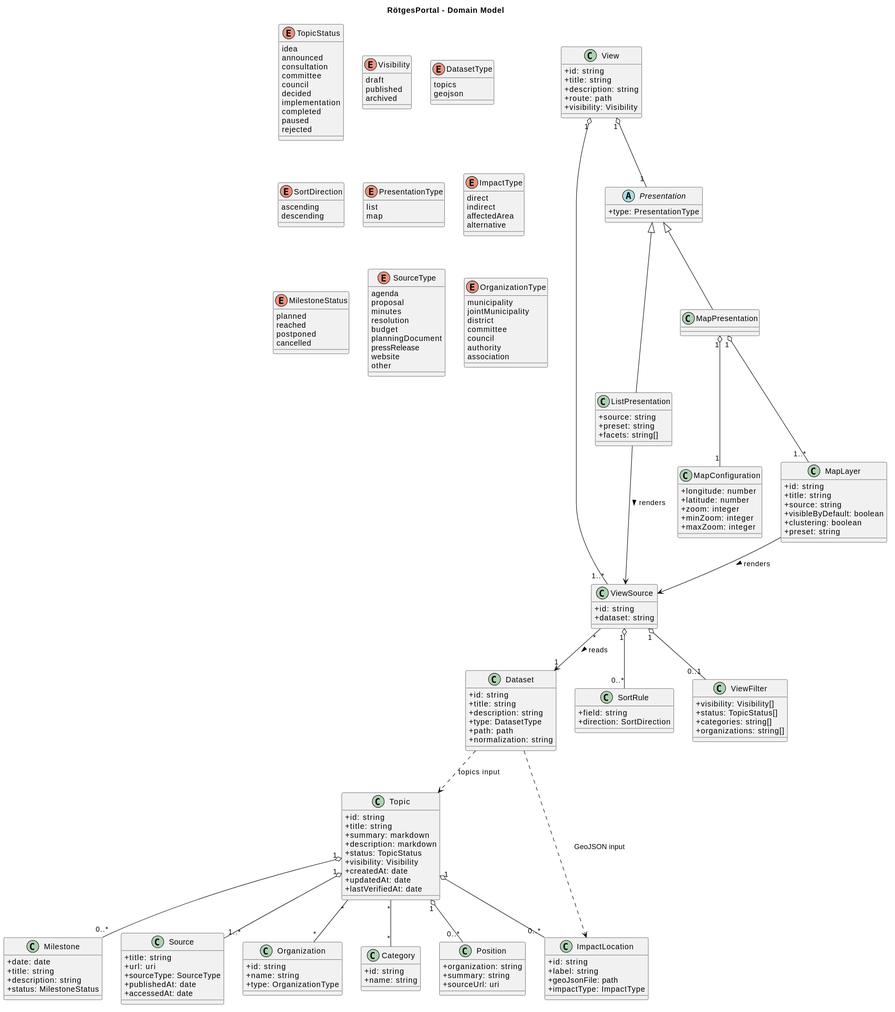
Above: docs/architecture/domain-model.svg in codeWithDEI/RoetgesPortal (PlantUML), before the change.
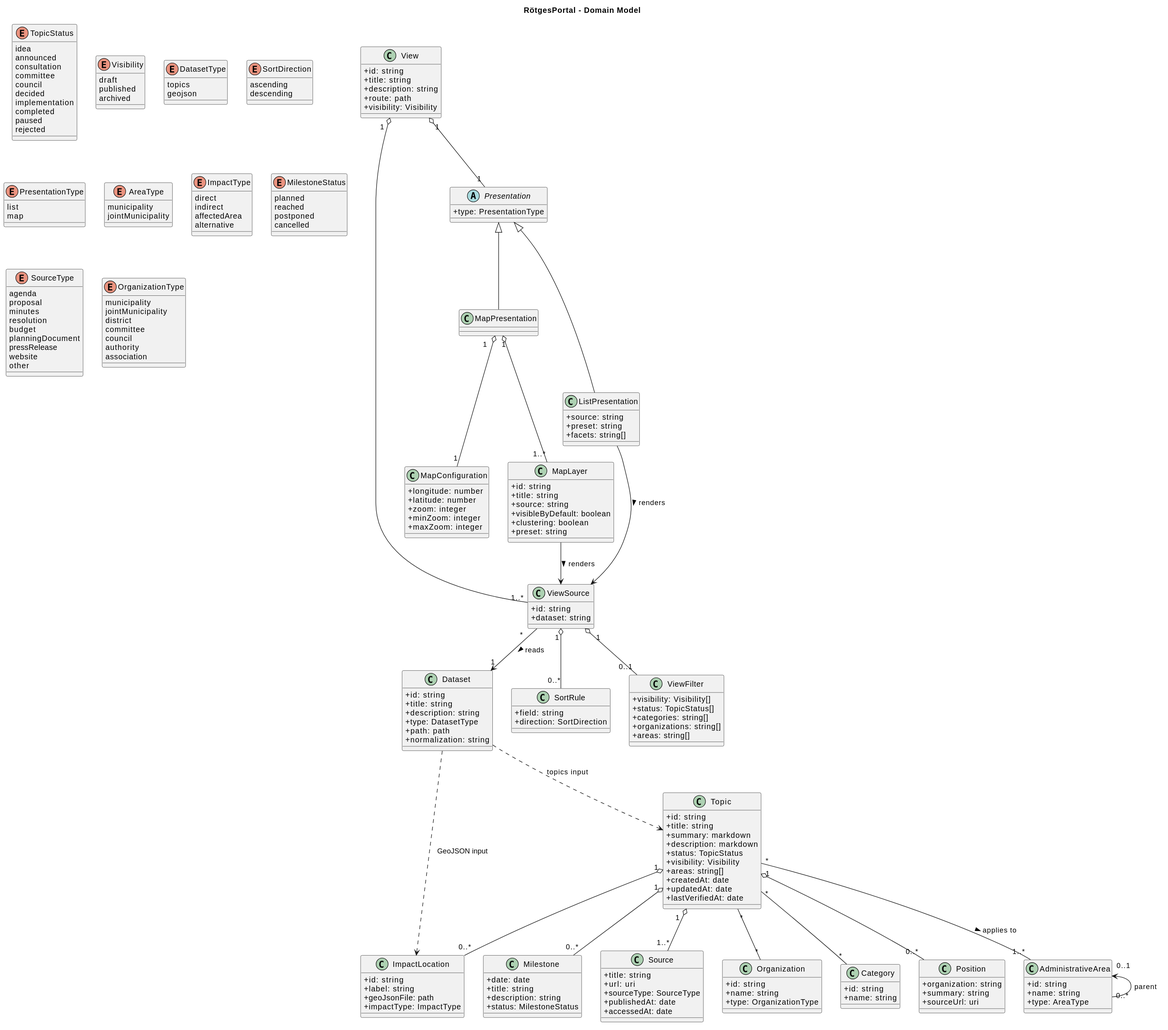
The same file after the commit.

Change to the diagram source:
```diff
@@ -11,6 +11,7 @@
   +description: markdown
   +status: TopicStatus
   +visibility: Visibility
+  +areas: string[]
   +createdAt: date
   +updatedAt: date
   +lastVerifiedAt: date
@@ -111,6 +112,18 @@
   +status: TopicStatus[]
   +categories: string[]
   +organizations: string[]
+  +areas: string[]
+}
+
+class AdministrativeArea {
+  +id: string
+  +name: string
+  +type: AreaType
+}
+
+enum AreaType {
+  municipality
+  jointMunicipality
 }
 
 class ImpactLocation {
@@ -189,6 +202,8 @@
 }
 
 Topic "1" o-- "0..*" ImpactLocation
+Topic "*" -- "1..*" AdministrativeArea : applies to >
+AdministrativeArea "0..1" <-- "0..*" AdministrativeArea : parent
 Topic "1" o-- "0..*" Milestone
 Topic "1" o-- "1..*" Source
 Topic "*" -- "*" Organization
```
